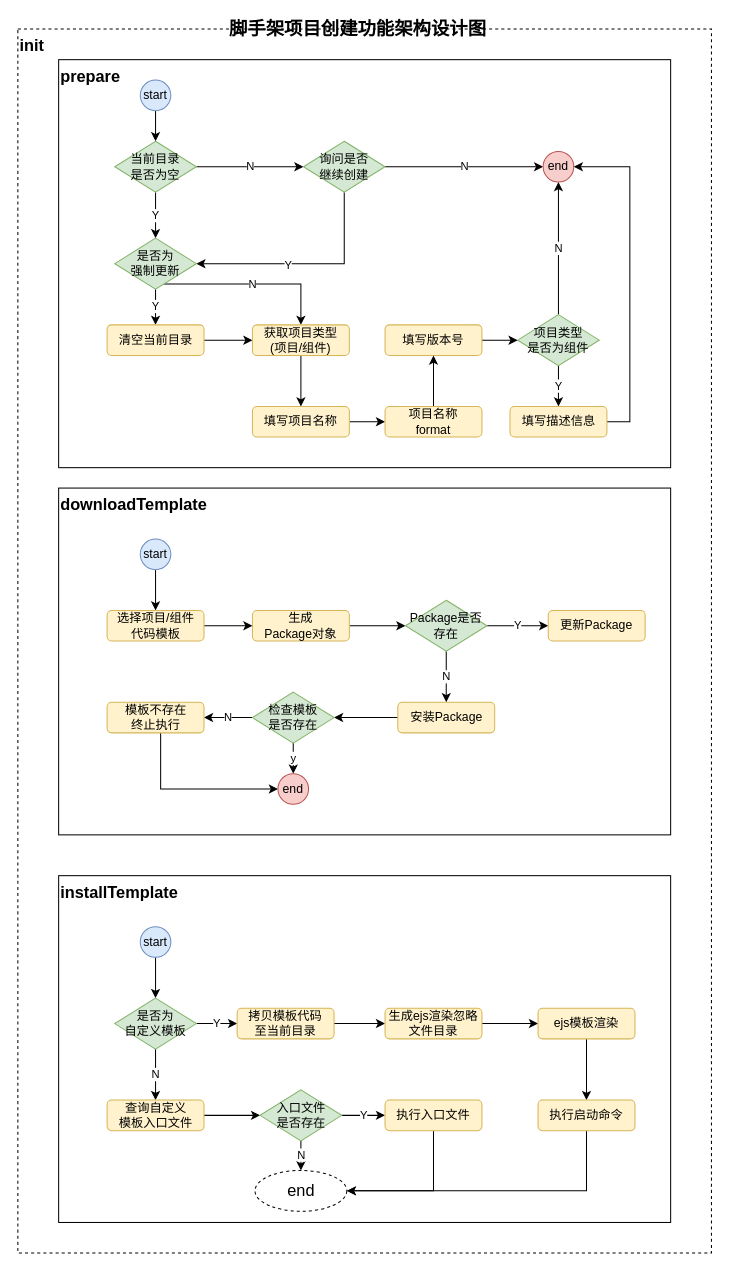
Before: doc/diagram/init模板下载架构图.drawio in AKclown/ak-cli, a draw.io diagram. Source tidied: cells renumbered, new cells numbered last; positions are measured from the earlier drawing's top-left corner, leaving out a move shared by most shapes. Both pictures are drawn from the tidied source at 102%, with x=0, y=0 at pixel (17, 18).
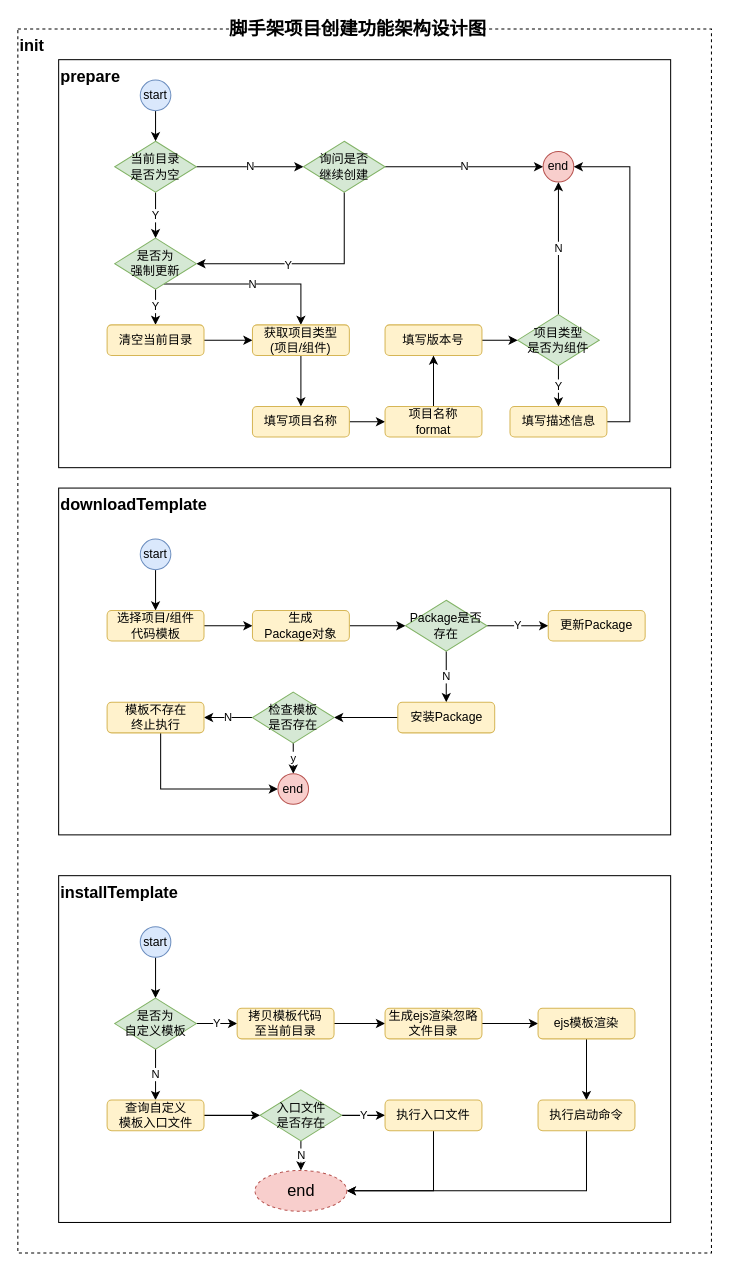
After the change.

Change to the diagram source:
```diff
@@
-    <mxCell id="72" value="&lt;font style=&quot;font-size: 16px&quot;&gt;end&lt;/font&gt;" style="ellipse;whiteSpace=wrap;html=1;dashed=1;align=center;" parent="1" vertex="1">
+    <mxCell id="72" value="&lt;font style=&quot;font-size: 16px&quot;&gt;end&lt;/font&gt;" style="ellipse;whiteSpace=wrap;html=1;dashed=1;align=center;fillColor=#f8cecc;strokeColor=#b85450;" parent="1" vertex="1">
       <mxGeometry x="232.5" y="1129" width="90" height="40" as="geometry" />
     </mxCell>
```
